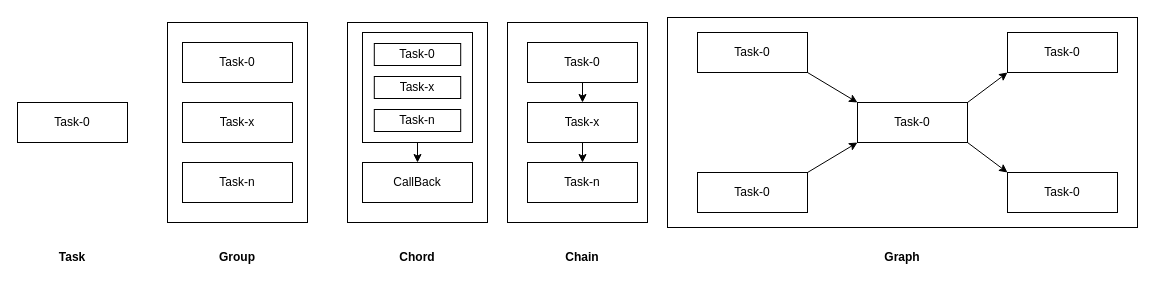
Earlier version of the draw.io diagram draw/workflow.dio (fy403/aurora). Source tidied: cells renumbered, new cells numbered last; positions are measured from the earlier drawing's top-left corner, leaving out a move shared by most shapes. Both pictures are drawn from the tidied source at 100%, with x=0, y=0 at pixel (17, 17).
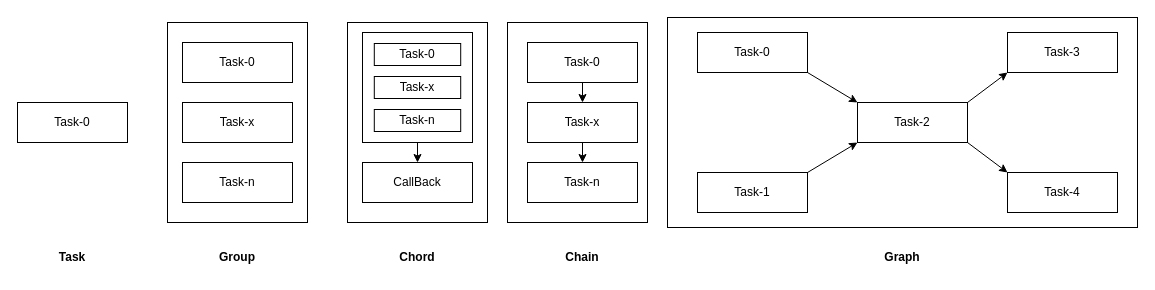
The same page after the edit.

What changed in the source:
```diff
@@
-    <mxCell id="30" value="Task-0" style="rounded=0;whiteSpace=wrap;html=1;" parent="1" vertex="1">
+    <mxCell id="30" value="Task-2" style="rounded=0;whiteSpace=wrap;html=1;" parent="1" vertex="1">
       <mxGeometry x="840" y="85" width="110" height="40" as="geometry" />
     </mxCell>
@@
-    <mxCell id="32" value="Task-0" style="rounded=0;whiteSpace=wrap;html=1;" parent="1" vertex="1">
+    <mxCell id="32" value="Task-1" style="rounded=0;whiteSpace=wrap;html=1;" parent="1" vertex="1">
       <mxGeometry x="680" y="155" width="110" height="40" as="geometry" />
     </mxCell>
-    <mxCell id="33" value="Task-0" style="rounded=0;whiteSpace=wrap;html=1;" parent="1" vertex="1">
+    <mxCell id="33" value="Task-3" style="rounded=0;whiteSpace=wrap;html=1;" parent="1" vertex="1">
       <mxGeometry x="990" y="15" width="110" height="40" as="geometry" />
     </mxCell>
-    <mxCell id="34" value="Task-0" style="rounded=0;whiteSpace=wrap;html=1;" parent="1" vertex="1">
+    <mxCell id="34" value="Task-4" style="rounded=0;whiteSpace=wrap;html=1;" parent="1" vertex="1">
       <mxGeometry x="990" y="155" width="110" height="40" as="geometry" />
     </mxCell>
```
